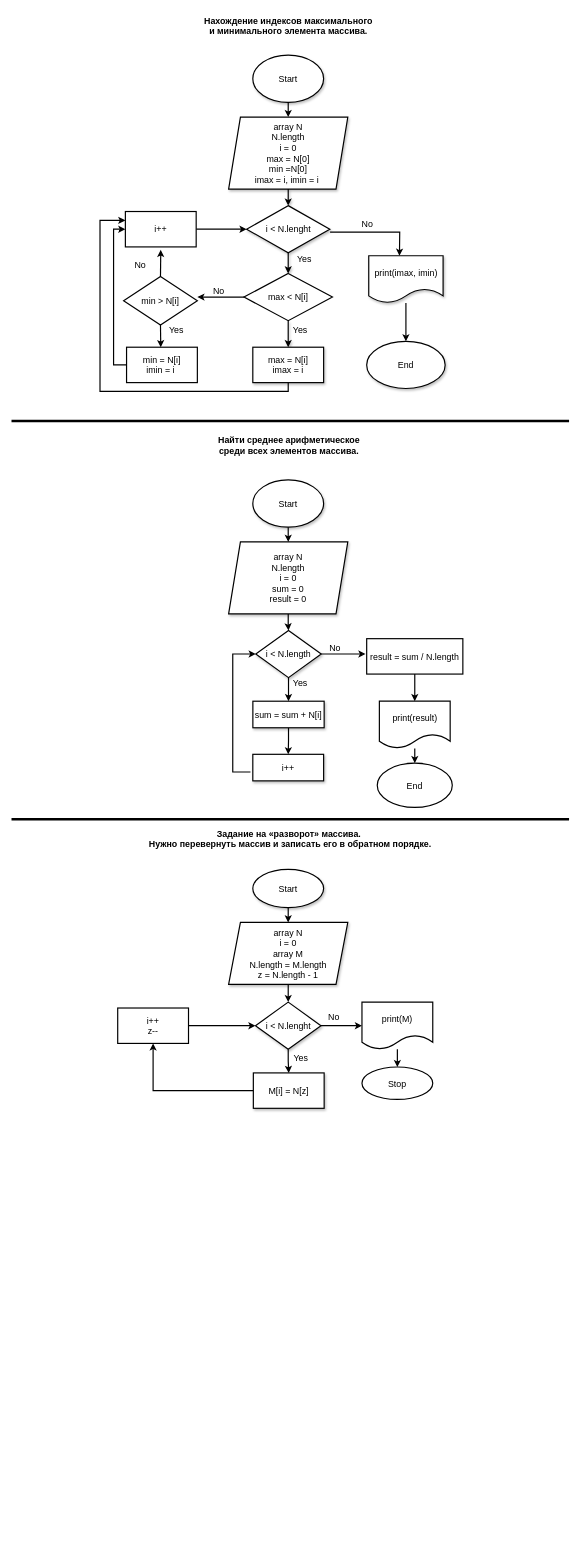
RuWebMan/My-diagram keeps this draw.io diagram as ДЗ№2.drawio. Above is the earlier version. Source tidied: cells renumbered, new cells numbered last; positions are measured from the earlier drawing's top-left corner, leaving out a move shared by most shapes. Both pictures are drawn from the tidied source at 59%, with x=0, y=0 at pixel (11, 10).
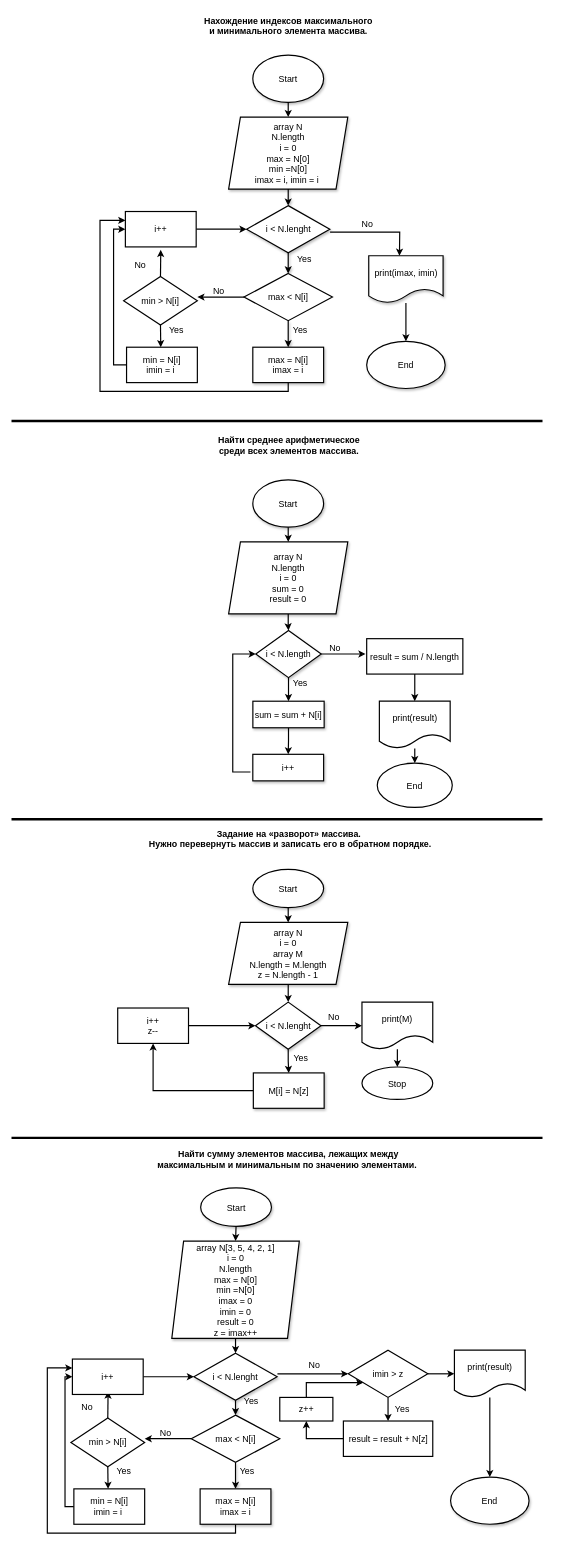
The same page after the edit.

The edit, as a diff of the source:
```diff
@@
     <mxCell id="36" style="line;strokeWidth=4;html=1;perimeter=backbonePerimeter;" parent="1" vertex="1">
-      <mxGeometry y="691" width="945" height="10" as="geometry" />
+      <mxGeometry y="691" width="900" height="10" as="geometry" />
     </mxCell>
@@
     <mxCell id="51" style="line;strokeWidth=4;html=1;" parent="1" vertex="1">
-      <mxGeometry y="1366" width="945" height="10" as="geometry" />
+      <mxGeometry y="1366" width="900" height="10" as="geometry" />
     </mxCell>
@@
+    <mxCell id="69" style="line;strokeWidth=4;html=1;perimeter=backbonePerimeter;" parent="1" vertex="1">
+      <mxGeometry y="1906" width="900" height="10" as="geometry" />
+    </mxCell>
+    <mxCell id="70" value="Найти сумму элементов массива, лежащих между&lt;br&gt;&amp;nbsp;максимальным и минимальным по значению элементами. &amp;nbsp;" style="text;html=1;align=center;verticalAlign=middle;strokeColor=none;fillColor=none;fontSize=15;fontStyle=1;" parent="1" vertex="1">
+      <mxGeometry x="229" y="1924" width="480" height="45" as="geometry" />
+    </mxCell>
+    <mxCell id="71" value="&lt;font style=&quot;font-size: 15px;&quot;&gt;Start&lt;/font&gt;" style="ellipse;whiteSpace=wrap;html=1;strokeWidth=2;fontSize=15;shadow=1;rounded=0;labelBackgroundColor=none;" parent="1" vertex="1">
+      <mxGeometry x="320.6" y="1996" width="120" height="65" as="geometry" />
+    </mxCell>
+    <mxCell id="72" style="edgeStyle=orthogonalEdgeStyle;rounded=0;jettySize=auto;html=1;exitX=0.5;exitY=1;exitDx=0;exitDy=0;entryX=0.5;entryY=0;entryDx=0;entryDy=0;strokeWidth=2;" parent="1" edge="1" source="73" target="78">
+      <mxGeometry relative="1" as="geometry" />
+    </mxCell>
+    <mxCell id="73" value="array N[3, 5, 4, 2, 1]&lt;br style=&quot;font-size: 15px;&quot;&gt;i = 0&lt;br style=&quot;font-size: 15px;&quot;&gt;N.length&lt;br&gt;max = N[0]&lt;br style=&quot;border-color: var(--border-color);&quot;&gt;min =N[0]&lt;br&gt;imax = 0&lt;br&gt;imin = 0&lt;br&gt;result = 0&lt;br&gt;z = imax++" style="shape=parallelogram;perimeter=parallelogramPerimeter;whiteSpace=wrap;html=1;fixedSize=1;strokeWidth=2;fontSize=15;shadow=1;rounded=0;labelBackgroundColor=none;" parent="1" vertex="1">
+      <mxGeometry x="271.7" y="2086" width="216.1" height="165" as="geometry" />
+    </mxCell>
+    <mxCell id="74" style="endArrow=classic;html=1;rounded=0;exitX=0.5;exitY=1;exitDx=0;exitDy=0;entryX=0.5;entryY=0;entryDx=0;entryDy=0;fontSize=15;strokeWidth=2;" parent="1" edge="1" source="71" target="73">
+      <mxGeometry relative="1" as="geometry" />
+    </mxCell>
+    <mxCell id="75" style="edgeStyle=orthogonalEdgeStyle;rounded=0;jettySize=auto;html=1;fontSize=15;strokeWidth=2;shadow=1;labelBackgroundColor=none;fontColor=default;" parent="1" edge="1" source="82" target="77">
+      <mxGeometry relative="1" as="geometry" />
+    </mxCell>
+    <mxCell id="76" style="edgeStyle=orthogonalEdgeStyle;rounded=0;jettySize=auto;html=1;entryX=0;entryY=0.25;entryDx=0;entryDy=0;strokeWidth=2;fontSize=15;" parent="1" edge="1" source="77" target="96">
+      <mxGeometry relative="1" as="geometry">
+        <Array as="points">
+          <mxPoint x="379.7" y="2581" />
+          <mxPoint x="60.7" y="2581" />
+          <mxPoint x="60.7" y="2301" />
+        </Array>
+      </mxGeometry>
+    </mxCell>
+    <mxCell id="77" value="max = N[i]&lt;br&gt;imax = i" style="rounded=0;whiteSpace=wrap;html=1;strokeWidth=2;fontSize=15;shadow=1;labelBackgroundColor=none;" parent="1" vertex="1">
+      <mxGeometry x="319.7" y="2506" width="120" height="60" as="geometry" />
+    </mxCell>
+    <mxCell id="78" value="i &amp;lt; N.lenght" style="rhombus;whiteSpace=wrap;html=1;strokeWidth=2;fontSize=15;shadow=1;rounded=0;labelBackgroundColor=none;" parent="1" vertex="1">
+      <mxGeometry x="309.2" y="2276" width="141" height="80" as="geometry" />
+    </mxCell>
+    <mxCell id="79" value="No" style="text;html=1;align=center;verticalAlign=middle;fontSize=15;strokeWidth=2;rounded=0;labelBackgroundColor=none;" parent="1" vertex="1">
+      <mxGeometry x="490.7" y="2281" width="45" height="30" as="geometry" />
+    </mxCell>
+    <mxCell id="80" style="edgeStyle=orthogonalEdgeStyle;rounded=0;jettySize=auto;html=1;fontSize=15;strokeWidth=2;shadow=1;labelBackgroundColor=none;fontColor=default;" parent="1" edge="1" source="78" target="82">
+      <mxGeometry relative="1" as="geometry" />
+    </mxCell>
+    <mxCell id="81" style="edgeStyle=orthogonalEdgeStyle;rounded=0;jettySize=auto;html=1;exitX=0;exitY=0.5;exitDx=0;exitDy=0;fontSize=15;strokeWidth=2;labelBackgroundColor=none;fontColor=default;" parent="1" edge="1" source="82">
+      <mxGeometry relative="1" as="geometry">
+        <mxPoint x="225.7" y="2421" as="targetPoint" />
+      </mxGeometry>
+    </mxCell>
+    <mxCell id="82" value="max &amp;lt; N[i]" style="rhombus;whiteSpace=wrap;html=1;strokeWidth=2;fontSize=15;rounded=0;labelBackgroundColor=none;" parent="1" vertex="1">
+      <mxGeometry x="304.7" y="2381" width="150" height="80" as="geometry" />
+    </mxCell>
+    <mxCell id="83" value="Yes" style="text;html=1;align=center;verticalAlign=middle;fontSize=15;strokeWidth=2;rounded=0;labelBackgroundColor=none;" parent="1" vertex="1">
+      <mxGeometry x="369.2" y="2461" width="60" height="30" as="geometry" />
+    </mxCell>
+    <mxCell id="84" value="No" style="text;html=1;align=center;verticalAlign=middle;fontSize=15;strokeWidth=2;rounded=0;labelBackgroundColor=none;" parent="1" vertex="1">
+      <mxGeometry x="238.7" y="2396" width="45" height="30" as="geometry" />
+    </mxCell>
+    <mxCell id="85" style="edgeStyle=orthogonalEdgeStyle;rounded=0;jettySize=auto;html=1;entryX=0;entryY=0.5;entryDx=0;entryDy=0;strokeWidth=2;fontSize=15;" parent="1" edge="1" source="86" target="96">
+      <mxGeometry relative="1" as="geometry">
+        <Array as="points">
+          <mxPoint x="90.7" y="2536" />
+          <mxPoint x="90.7" y="2316" />
+        </Array>
+      </mxGeometry>
+    </mxCell>
+    <mxCell id="86" value="min = N[i]&lt;br&gt;imin = i&amp;nbsp;" style="whiteSpace=wrap;html=1;fontSize=15;strokeWidth=2;rounded=0;labelBackgroundColor=none;" parent="1" vertex="1">
+      <mxGeometry x="105.7" y="2506" width="120" height="60" as="geometry" />
+    </mxCell>
+    <mxCell id="87" style="edgeStyle=orthogonalEdgeStyle;rounded=0;jettySize=auto;html=1;exitX=0.5;exitY=1;exitDx=0;exitDy=0;fontSize=15;strokeWidth=2;labelBackgroundColor=none;fontColor=default;" parent="1" edge="1" source="88">
+      <mxGeometry relative="1" as="geometry">
+        <mxPoint x="163.7" y="2506" as="targetPoint" />
+      </mxGeometry>
+    </mxCell>
+    <mxCell id="88" value="min &amp;gt; N[i]" style="rhombus;whiteSpace=wrap;html=1;strokeWidth=2;fontSize=15;rounded=0;labelBackgroundColor=none;" parent="1" vertex="1">
+      <mxGeometry x="100.7" y="2386" width="125" height="82.5" as="geometry" />
+    </mxCell>
+    <mxCell id="89" value="Yes" style="text;html=1;align=center;verticalAlign=middle;fontSize=15;strokeWidth=2;rounded=0;labelBackgroundColor=none;" parent="1" vertex="1">
+      <mxGeometry x="159.7" y="2461" width="60" height="30" as="geometry" />
+    </mxCell>
+    <mxCell id="90" value="End" style="ellipse;whiteSpace=wrap;html=1;fontSize=15;rounded=0;strokeWidth=2;shadow=1;labelBackgroundColor=none;" parent="1" vertex="1">
+      <mxGeometry x="744.2" y="2486" width="133" height="80" as="geometry" />
+    </mxCell>
+    <mxCell id="91" style="edgeStyle=none;jettySize=auto;html=1;rounded=0;strokeWidth=2;fontSize=15;entryX=0;entryY=0.5;entryDx=0;entryDy=0;" parent="1" edge="1" target="101">
+      <mxGeometry relative="1" as="geometry">
+        <mxPoint x="450.7" y="2311" as="sourcePoint" />
+        <Array as="points">
+          <mxPoint x="568.7" y="2311" />
+        </Array>
+      </mxGeometry>
+    </mxCell>
+    <mxCell id="92" value="Yes" style="text;html=1;align=center;verticalAlign=middle;strokeColor=none;fillColor=none;strokeWidth=2;fontSize=15;" parent="1" vertex="1">
+      <mxGeometry x="376.2" y="2341" width="60" height="30" as="geometry" />
+    </mxCell>
+    <mxCell id="93" value="No" style="text;html=1;align=center;verticalAlign=middle;strokeColor=none;fillColor=none;strokeWidth=2;fontSize=15;" parent="1" vertex="1">
+      <mxGeometry x="105.7" y="2351" width="45" height="30" as="geometry" />
+    </mxCell>
+    <mxCell id="94" style="endArrow=classic;html=1;rounded=0;exitX=0.5;exitY=0;exitDx=0;exitDy=0;strokeWidth=2;fontSize=15;" parent="1" edge="1" source="88">
+      <mxGeometry relative="1" as="geometry">
+        <mxPoint x="163.7" y="2341" as="targetPoint" />
+      </mxGeometry>
+    </mxCell>
+    <mxCell id="95" style="edgeStyle=orthogonalEdgeStyle;rounded=0;jettySize=auto;html=1;strokeWidth=2;fontSize=15;" parent="1" edge="1" source="96" target="78">
+      <mxGeometry relative="1" as="geometry" />
+    </mxCell>
+    <mxCell id="96" value="i++" style="rounded=0;whiteSpace=wrap;html=1;strokeWidth=2;fontSize=15;strokeColor=default;" parent="1" vertex="1">
+      <mxGeometry x="103.2" y="2286" width="120" height="60" as="geometry" />
+    </mxCell>
+    <mxCell id="97" style="edgeStyle=orthogonalEdgeStyle;rounded=0;jettySize=auto;html=1;entryX=0.5;entryY=1;entryDx=0;entryDy=0;strokeWidth=2;fontSize=15;" parent="1" edge="1" source="98" target="104">
+      <mxGeometry relative="1" as="geometry" />
+    </mxCell>
+    <mxCell id="98" value="result = result + N[z]" style="rounded=0;whiteSpace=wrap;html=1;strokeWidth=2;fontSize=15;" parent="1" vertex="1">
+      <mxGeometry x="562.5" y="2391" width="151.5" height="60" as="geometry" />
+    </mxCell>
+    <mxCell id="99" style="edgeStyle=orthogonalEdgeStyle;rounded=0;jettySize=auto;html=1;entryX=0.5;entryY=0;entryDx=0;entryDy=0;strokeWidth=2;fontSize=15;" parent="1" edge="1" source="101" target="98">
+      <mxGeometry relative="1" as="geometry" />
+    </mxCell>
+    <mxCell id="100" style="edgeStyle=orthogonalEdgeStyle;rounded=0;jettySize=auto;html=1;entryX=0;entryY=0.5;entryDx=0;entryDy=0;strokeWidth=2;fontSize=15;" parent="1" edge="1" source="101" target="106">
+      <mxGeometry relative="1" as="geometry" />
+    </mxCell>
+    <mxCell id="101" value="imin &amp;gt; z" style="rhombus;whiteSpace=wrap;html=1;strokeWidth=2;fontSize=15;" parent="1" vertex="1">
+      <mxGeometry x="570.7" y="2271" width="135" height="80" as="geometry" />
+    </mxCell>
+    <mxCell id="102" value="Yes" style="text;html=1;align=center;verticalAlign=middle;strokeColor=none;fillColor=none;fontSize=15;strokeWidth=2;" parent="1" vertex="1">
+      <mxGeometry x="631.7" y="2356" width="60" height="30" as="geometry" />
+    </mxCell>
+    <mxCell id="103" style="edgeStyle=orthogonalEdgeStyle;rounded=0;jettySize=auto;html=1;strokeWidth=2;fontSize=15;" parent="1" edge="1" source="104" target="101">
+      <mxGeometry relative="1" as="geometry">
+        <Array as="points">
+          <mxPoint x="499.7" y="2326" />
+        </Array>
+      </mxGeometry>
+    </mxCell>
+    <mxCell id="104" value="z++" style="rounded=0;whiteSpace=wrap;html=1;strokeWidth=2;fontSize=15;" parent="1" vertex="1">
+      <mxGeometry x="454.7" y="2351" width="90" height="40" as="geometry" />
+    </mxCell>
+    <mxCell id="105" style="edgeStyle=orthogonalEdgeStyle;rounded=0;jettySize=auto;html=1;strokeWidth=2;fontSize=15;" parent="1" edge="1" source="106" target="90">
+      <mxGeometry relative="1" as="geometry" />
+    </mxCell>
+    <mxCell id="106" value="print(result)" style="shape=document;whiteSpace=wrap;html=1;boundedLbl=1;strokeWidth=2;fontSize=15;" parent="1" vertex="1">
+      <mxGeometry x="750.7" y="2271" width="120" height="80" as="geometry" />
+    </mxCell>
```
